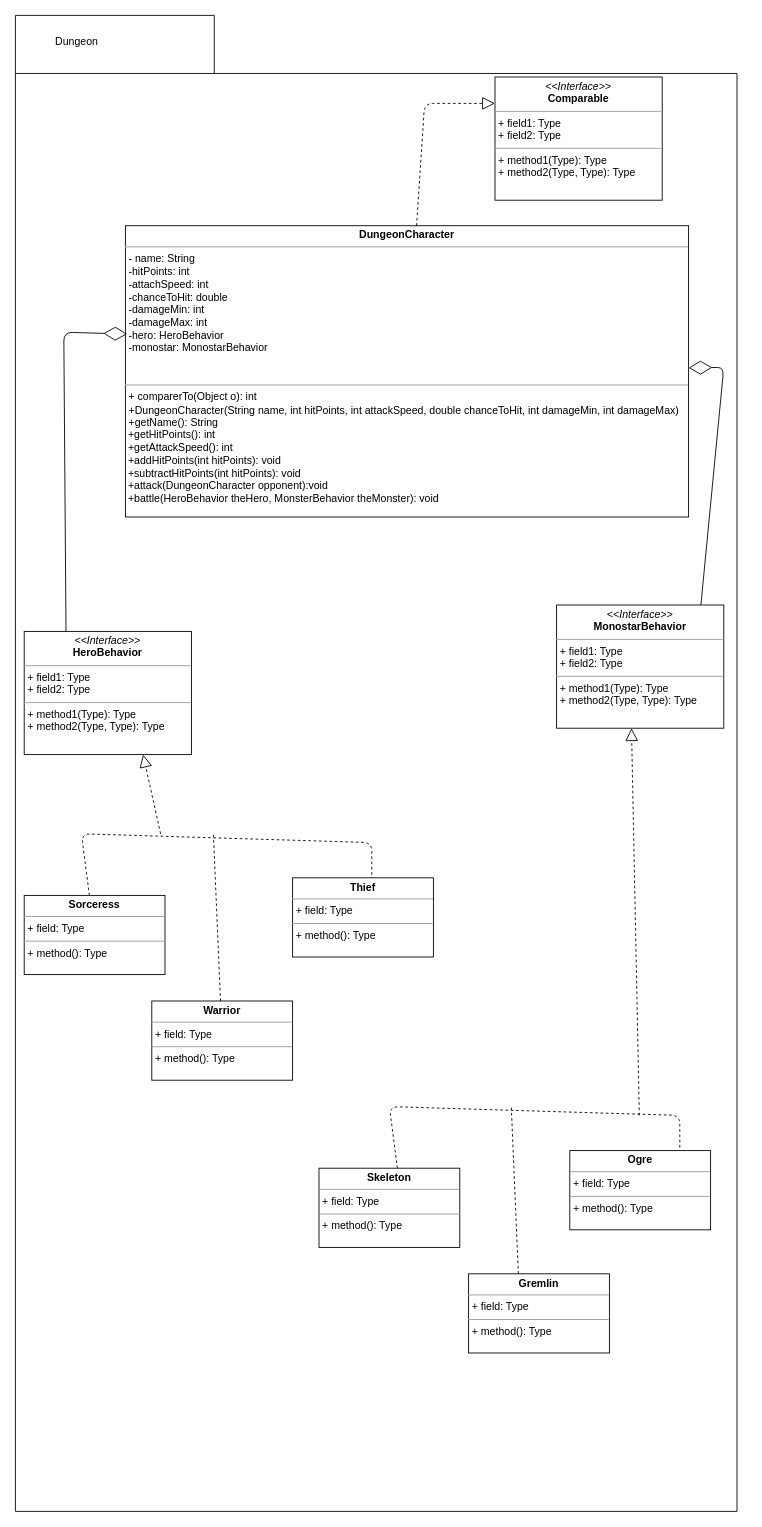
The draw.io diagram dungeon.drawio in mdkashem/cscd349_refactoring-, before the edit. Source tidied: cells renumbered, new cells numbered last; positions are measured from the earlier drawing's top-left corner, leaving out a move shared by most shapes. Both pictures are drawn from the tidied source at 88%, with x=0, y=0 at pixel (15, 15).
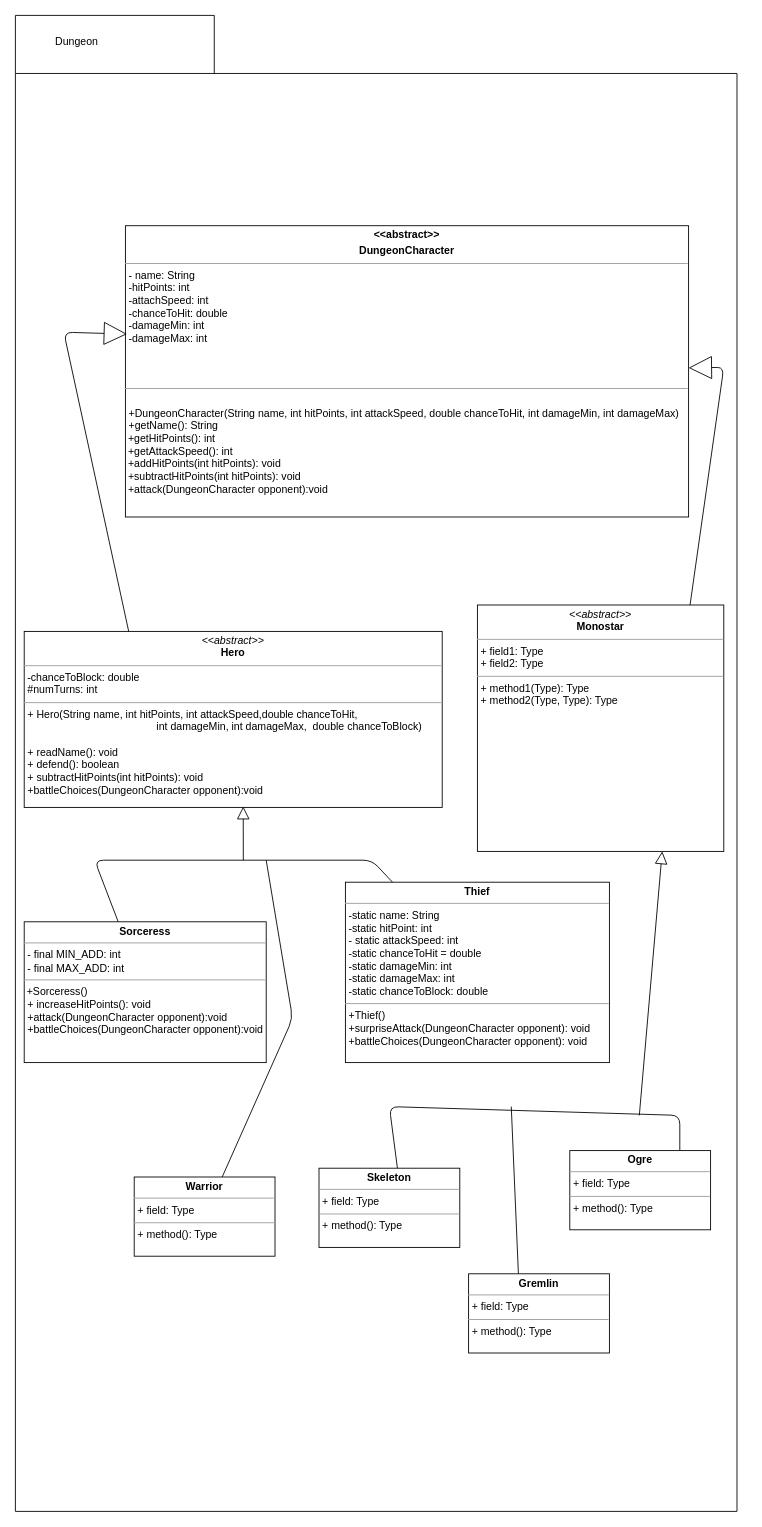
After the change.

The edit, as a diff of the source:
```diff
@@
-    <mxCell id="3" value="&lt;p style=&quot;margin: 0px ; margin-top: 4px ; text-align: center&quot;&gt;&lt;b&gt;DungeonCharacter&lt;/b&gt;&lt;br&gt;&lt;/p&gt;&lt;hr size=&quot;1&quot;&gt;&lt;p style=&quot;margin: 0px ; margin-left: 4px&quot;&gt;- name: String&lt;/p&gt;&lt;p style=&quot;margin: 0px ; margin-left: 4px&quot;&gt;-hitPoints: int&lt;/p&gt;&lt;p style=&quot;margin: 0px ; margin-left: 4px&quot;&gt;-attachSpeed: int&lt;/p&gt;&lt;p style=&quot;margin: 0px ; margin-left: 4px&quot;&gt;-chanceToHit: double&lt;/p&gt;&lt;p style=&quot;margin: 0px ; margin-left: 4px&quot;&gt;-damageMin: int&lt;/p&gt;&lt;p style=&quot;margin: 0px ; margin-left: 4px&quot;&gt;-damageMax: int&lt;/p&gt;&lt;p style=&quot;margin: 0px ; margin-left: 4px&quot;&gt;-hero: HeroBehavior&lt;/p&gt;&lt;p style=&quot;margin: 0px ; margin-left: 4px&quot;&gt;-monostar: MonostarBehavior&lt;/p&gt;&lt;p style=&quot;margin: 0px ; margin-left: 4px&quot;&gt;&lt;br&gt;&lt;/p&gt;&lt;p style=&quot;margin: 0px ; margin-left: 4px&quot;&gt;&lt;br&gt;&lt;/p&gt;&lt;hr size=&quot;1&quot;&gt;&lt;p style=&quot;margin: 0px ; margin-left: 4px&quot;&gt;+ comparerTo(Object o): int&lt;/p&gt;&lt;p style=&quot;margin: 0px ; margin-left: 4px&quot;&gt;+&lt;span&gt;DungeonCharacter(String name, int hitPoints, int attackSpeed,&amp;nbsp;&lt;/span&gt;&lt;span&gt;double chanceToHit, int damageMin, int damageMax)&lt;/span&gt;&lt;/p&gt;&lt;p style=&quot;margin: 0px ; margin-left: 4px&quot;&gt;&lt;span&gt;+getName(): String&amp;nbsp;&lt;/span&gt;&lt;/p&gt;&amp;nbsp;+getHitPoints(): int&lt;br&gt;&amp;nbsp;+getAttackSpeed(): int&lt;br&gt;&amp;nbsp;+addHitPoints(int hitPoints): void&lt;br&gt;&amp;nbsp;+subtractHitPoints(int hitPoints): void&lt;br&gt;&amp;nbsp;+attack(DungeonCharacter opponent):void&lt;br&gt;&amp;nbsp;+battle(HeroBehavior theHero, MonsterBehavior theMonster): void&lt;br&gt;&amp;nbsp;" style="verticalAlign=top;align=left;overflow=fill;fontSize=12;fontFamily=Helvetica;html=1;" parent="1" vertex="1">
+    <mxCell id="3" value="&lt;p style=&quot;margin: 0px ; margin-top: 4px ; text-align: center&quot;&gt;&lt;b&gt;&amp;lt;&amp;lt;abstract&amp;gt;&amp;gt;&lt;/b&gt;&lt;/p&gt;&lt;p style=&quot;margin: 0px ; margin-top: 4px ; text-align: center&quot;&gt;&lt;b&gt;DungeonCharacter&lt;/b&gt;&lt;br&gt;&lt;/p&gt;&lt;hr size=&quot;1&quot;&gt;&lt;p style=&quot;margin: 0px ; margin-left: 4px&quot;&gt;- name: String&lt;/p&gt;&lt;p style=&quot;margin: 0px ; margin-left: 4px&quot;&gt;-hitPoints: int&lt;/p&gt;&lt;p style=&quot;margin: 0px ; margin-left: 4px&quot;&gt;-attachSpeed: int&lt;/p&gt;&lt;p style=&quot;margin: 0px ; margin-left: 4px&quot;&gt;-chanceToHit: double&lt;/p&gt;&lt;p style=&quot;margin: 0px ; margin-left: 4px&quot;&gt;-damageMin: int&lt;/p&gt;&lt;p style=&quot;margin: 0px ; margin-left: 4px&quot;&gt;-damageMax: int&lt;/p&gt;&lt;p style=&quot;margin: 0px ; margin-left: 4px&quot;&gt;&lt;br&gt;&lt;/p&gt;&lt;p style=&quot;margin: 0px ; margin-left: 4px&quot;&gt;&lt;br&gt;&lt;/p&gt;&lt;p style=&quot;margin: 0px ; margin-left: 4px&quot;&gt;&lt;br&gt;&lt;/p&gt;&lt;hr size=&quot;1&quot;&gt;&lt;p style=&quot;margin: 0px ; margin-left: 4px&quot;&gt;&lt;br&gt;&lt;/p&gt;&lt;p style=&quot;margin: 0px ; margin-left: 4px&quot;&gt;+&lt;span&gt;DungeonCharacter(String name, int hitPoints, int attackSpeed,&amp;nbsp;&lt;/span&gt;&lt;span&gt;double chanceToHit, int damageMin, int damageMax)&lt;/span&gt;&lt;/p&gt;&lt;p style=&quot;margin: 0px ; margin-left: 4px&quot;&gt;&lt;span&gt;+getName(): String&amp;nbsp;&lt;/span&gt;&lt;/p&gt;&amp;nbsp;+getHitPoints(): int&lt;br&gt;&amp;nbsp;+getAttackSpeed(): int&lt;br&gt;&amp;nbsp;+addHitPoints(int hitPoints): void&lt;br&gt;&amp;nbsp;+subtractHitPoints(int hitPoints): void&lt;br&gt;&amp;nbsp;+attack(DungeonCharacter opponent):void&lt;br&gt;&amp;nbsp;&lt;br&gt;&amp;nbsp;" style="verticalAlign=top;align=left;overflow=fill;fontSize=12;fontFamily=Helvetica;html=1;" parent="1" vertex="1">
       <mxGeometry x="125" y="239" width="640" height="331" as="geometry" />
     </mxCell>
@@
-    <mxCell id="5" value="&lt;p style=&quot;margin: 0px ; margin-top: 4px ; text-align: center&quot;&gt;&lt;i&gt;&amp;lt;&amp;lt;Interface&amp;gt;&amp;gt;&lt;/i&gt;&lt;br&gt;&lt;b&gt;HeroBehavior&lt;/b&gt;&lt;/p&gt;&lt;hr size=&quot;1&quot;&gt;&lt;p style=&quot;margin: 0px ; margin-left: 4px&quot;&gt;+ field1: Type&lt;br&gt;+ field2: Type&lt;/p&gt;&lt;hr size=&quot;1&quot;&gt;&lt;p style=&quot;margin: 0px ; margin-left: 4px&quot;&gt;+ method1(Type): Type&lt;br&gt;+ method2(Type, Type): Type&lt;/p&gt;" style="verticalAlign=top;align=left;overflow=fill;fontSize=12;fontFamily=Helvetica;html=1;" parent="1" vertex="1">
-      <mxGeometry x="10" y="700" width="190" height="140" as="geometry" />
+    <mxCell id="5" value="&lt;p style=&quot;margin: 0px ; margin-top: 4px ; text-align: center&quot;&gt;&lt;i&gt;&amp;lt;&amp;lt;abstract&amp;gt;&amp;gt;&lt;/i&gt;&lt;br&gt;&lt;b&gt;Hero&lt;/b&gt;&lt;/p&gt;&lt;hr size=&quot;1&quot;&gt;&lt;p style=&quot;margin: 0px ; margin-left: 4px&quot;&gt;-chanceToBlock: double&amp;nbsp;&lt;br&gt;#numTurns: int&lt;/p&gt;&lt;hr size=&quot;1&quot;&gt;&lt;p style=&quot;margin: 0px ; margin-left: 4px&quot;&gt;+&amp;nbsp;&lt;span&gt;Hero(String name, int hitPoints, int attackSpeed,&lt;/span&gt;&lt;span&gt;double chanceToHit,&amp;nbsp;&lt;/span&gt;&lt;/p&gt;&lt;p style=&quot;margin: 0px ; margin-left: 4px&quot;&gt;&lt;span&gt;&amp;nbsp; &amp;nbsp; &amp;nbsp; &amp;nbsp; &amp;nbsp; &amp;nbsp; &amp;nbsp; &amp;nbsp; &amp;nbsp; &amp;nbsp; &amp;nbsp; &amp;nbsp; &amp;nbsp; &amp;nbsp; &amp;nbsp; &amp;nbsp; &amp;nbsp; &amp;nbsp; &amp;nbsp; &amp;nbsp; &amp;nbsp; &amp;nbsp; int damageMin, int damageMax,&amp;nbsp;&lt;/span&gt;&lt;span&gt;&amp;nbsp;double chanceToBlock)&lt;/span&gt;&lt;/p&gt;&lt;p style=&quot;margin: 0px ; margin-left: 4px&quot;&gt;&lt;br&gt;&lt;/p&gt;&lt;p style=&quot;margin: 0px ; margin-left: 4px&quot;&gt;+ readName(): void&lt;/p&gt;&lt;p style=&quot;margin: 0px ; margin-left: 4px&quot;&gt;+&amp;nbsp;defend(): boolean&lt;/p&gt;&lt;p style=&quot;margin: 0px ; margin-left: 4px&quot;&gt;+&amp;nbsp;subtractHitPoints(int hitPoints): void&lt;/p&gt;&lt;p style=&quot;margin: 0px ; margin-left: 4px&quot;&gt;+battleChoices(DungeonCharacter opponent):void&lt;/p&gt;" style="verticalAlign=top;align=left;overflow=fill;fontSize=12;fontFamily=Helvetica;html=1;" parent="1" vertex="1">
+      <mxGeometry x="10" y="700" width="475" height="200" as="geometry" />
     </mxCell>
-    <mxCell id="6" value="&lt;p style=&quot;margin: 0px ; margin-top: 4px ; text-align: center&quot;&gt;&lt;i&gt;&amp;lt;&amp;lt;Interface&amp;gt;&amp;gt;&lt;/i&gt;&lt;br&gt;&lt;b&gt;MonostarBehavior&lt;/b&gt;&lt;/p&gt;&lt;hr size=&quot;1&quot;&gt;&lt;p style=&quot;margin: 0px ; margin-left: 4px&quot;&gt;+ field1: Type&lt;br&gt;+ field2: Type&lt;/p&gt;&lt;hr size=&quot;1&quot;&gt;&lt;p style=&quot;margin: 0px ; margin-left: 4px&quot;&gt;+ method1(Type): Type&lt;br&gt;+ method2(Type, Type): Type&lt;/p&gt;" style="verticalAlign=top;align=left;overflow=fill;fontSize=12;fontFamily=Helvetica;html=1;" parent="1" vertex="1">
-      <mxGeometry x="615" y="670" width="190" height="140" as="geometry" />
+    <mxCell id="6" value="&lt;p style=&quot;margin: 0px ; margin-top: 4px ; text-align: center&quot;&gt;&lt;i&gt;&amp;lt;&amp;lt;abstract&amp;gt;&amp;gt;&lt;/i&gt;&lt;br&gt;&lt;b&gt;Monostar&lt;/b&gt;&lt;/p&gt;&lt;hr size=&quot;1&quot;&gt;&lt;p style=&quot;margin: 0px ; margin-left: 4px&quot;&gt;+ field1: Type&lt;br&gt;+ field2: Type&lt;/p&gt;&lt;hr size=&quot;1&quot;&gt;&lt;p style=&quot;margin: 0px ; margin-left: 4px&quot;&gt;+ method1(Type): Type&lt;br&gt;+ method2(Type, Type): Type&lt;/p&gt;" style="verticalAlign=top;align=left;overflow=fill;fontSize=12;fontFamily=Helvetica;html=1;" parent="1" vertex="1">
+      <mxGeometry x="525" y="670" width="280" height="280" as="geometry" />
     </mxCell>
-    <mxCell id="7" value="&lt;p style=&quot;margin: 0px ; margin-top: 4px ; text-align: center&quot;&gt;&lt;i&gt;&amp;lt;&amp;lt;Interface&amp;gt;&amp;gt;&lt;/i&gt;&lt;br&gt;&lt;b&gt;Comparable&lt;/b&gt;&lt;/p&gt;&lt;hr size=&quot;1&quot;&gt;&lt;p style=&quot;margin: 0px ; margin-left: 4px&quot;&gt;+ field1: Type&lt;br&gt;+ field2: Type&lt;/p&gt;&lt;hr size=&quot;1&quot;&gt;&lt;p style=&quot;margin: 0px ; margin-left: 4px&quot;&gt;+ method1(Type): Type&lt;br&gt;+ method2(Type, Type): Type&lt;/p&gt;" style="verticalAlign=top;align=left;overflow=fill;fontSize=12;fontFamily=Helvetica;html=1;" parent="1" vertex="1">
-      <mxGeometry x="545" y="70" width="190" height="140" as="geometry" />
-    </mxCell>
-    <mxCell id="8" style="endArrow=diamondThin;endFill=0;endSize=24;html=1;exitX=0.25;exitY=0;exitDx=0;exitDy=0;entryX=0.003;entryY=0.372;entryDx=0;entryDy=0;entryPerimeter=0;" parent="1" edge="1" source="5" target="3">
+    <mxCell id="8" style="endArrow=block;endFill=0;endSize=24;html=1;exitX=0.25;exitY=0;exitDx=0;exitDy=0;entryX=0.003;entryY=0.372;entryDx=0;entryDy=0;entryPerimeter=0;" parent="1" edge="1" source="5" target="3">
       <mxGeometry relative="1" as="geometry">
         <Array as="points">
           <mxPoint x="55" y="360" />
         </Array>
       </mxGeometry>
     </mxCell>
-    <mxCell id="9" style="endArrow=diamondThin;endFill=0;endSize=24;html=1;exitX=0.863;exitY=0;exitDx=0;exitDy=0;exitPerimeter=0;" parent="1" edge="1" source="6" target="3">
+    <mxCell id="9" style="endArrow=block;endFill=0;endSize=24;html=1;exitX=0.863;exitY=0;exitDx=0;exitDy=0;exitPerimeter=0;" parent="1" edge="1" source="6" target="3">
       <mxGeometry relative="1" as="geometry">
         <Array as="points">
           <mxPoint x="805" y="400" />
         </Array>
       </mxGeometry>
     </mxCell>
-    <mxCell id="10" style="endArrow=block;dashed=1;endFill=0;endSize=12;html=1;" parent="1" edge="1" source="3">
-      <mxGeometry relative="1" as="geometry">
-        <mxPoint x="545" y="100" as="targetPoint" />
-        <Array as="points">
-          <mxPoint x="465" y="100" />
-        </Array>
-      </mxGeometry>
-    </mxCell>
-    <mxCell id="11" value="&lt;p style=&quot;margin: 0px ; margin-top: 4px ; text-align: center&quot;&gt;&lt;b&gt;Sorceress&lt;/b&gt;&lt;br&gt;&lt;/p&gt;&lt;hr size=&quot;1&quot;&gt;&lt;p style=&quot;margin: 0px ; margin-left: 4px&quot;&gt;+ field: Type&lt;/p&gt;&lt;hr size=&quot;1&quot;&gt;&lt;p style=&quot;margin: 0px ; margin-left: 4px&quot;&gt;+ method(): Type&lt;/p&gt;" style="verticalAlign=top;align=left;overflow=fill;fontSize=12;fontFamily=Helvetica;html=1;" parent="1" vertex="1">
-      <mxGeometry x="10" y="1000" width="160" height="90" as="geometry" />
+    <mxCell id="11" value="&lt;p style=&quot;margin: 0px ; margin-top: 4px ; text-align: center&quot;&gt;&lt;b&gt;Sorceress&lt;/b&gt;&lt;br&gt;&lt;/p&gt;&lt;hr size=&quot;1&quot;&gt;&lt;p style=&quot;margin: 0px ; margin-left: 4px&quot;&gt;- final MIN_ADD: int&lt;/p&gt;&lt;p style=&quot;margin: 0px ; margin-left: 4px&quot;&gt;- final MAX_ADD: int&lt;br&gt;&lt;/p&gt;&lt;hr size=&quot;1&quot;&gt;&amp;nbsp;+Sorceress()&lt;br&gt;&lt;p style=&quot;margin: 0px ; margin-left: 4px&quot;&gt;+ increaseHitPoints(): void&lt;/p&gt;&lt;p style=&quot;margin: 0px ; margin-left: 4px&quot;&gt;+attack(DungeonCharacter opponent):void&lt;/p&gt;&lt;p style=&quot;margin: 0px ; margin-left: 4px&quot;&gt;+battleChoices(DungeonCharacter opponent):void&lt;/p&gt;" style="verticalAlign=top;align=left;overflow=fill;fontSize=12;fontFamily=Helvetica;html=1;" parent="1" vertex="1">
+      <mxGeometry x="10" y="1030" width="275" height="160" as="geometry" />
     </mxCell>
     <mxCell id="12" value="&lt;p style=&quot;margin: 0px ; margin-top: 4px ; text-align: center&quot;&gt;&lt;b&gt;Warrior&lt;/b&gt;&lt;br&gt;&lt;/p&gt;&lt;hr size=&quot;1&quot;&gt;&lt;p style=&quot;margin: 0px ; margin-left: 4px&quot;&gt;+ field: Type&lt;/p&gt;&lt;hr size=&quot;1&quot;&gt;&lt;p style=&quot;margin: 0px ; margin-left: 4px&quot;&gt;+ method(): Type&lt;/p&gt;" style="verticalAlign=top;align=left;overflow=fill;fontSize=12;fontFamily=Helvetica;html=1;" parent="1" vertex="1">
-      <mxGeometry x="155" y="1120" width="160" height="90" as="geometry" />
+      <mxGeometry x="135" y="1320" width="160" height="90" as="geometry" />
     </mxCell>
-    <mxCell id="13" value="&lt;p style=&quot;margin: 0px ; margin-top: 4px ; text-align: center&quot;&gt;&lt;b&gt;Thief&lt;/b&gt;&lt;br&gt;&lt;/p&gt;&lt;hr size=&quot;1&quot;&gt;&lt;p style=&quot;margin: 0px ; margin-left: 4px&quot;&gt;+ field: Type&lt;/p&gt;&lt;hr size=&quot;1&quot;&gt;&lt;p style=&quot;margin: 0px ; margin-left: 4px&quot;&gt;+ method(): Type&lt;/p&gt;" style="verticalAlign=top;align=left;overflow=fill;fontSize=12;fontFamily=Helvetica;html=1;" parent="1" vertex="1">
-      <mxGeometry x="315" y="980" width="160" height="90" as="geometry" />
+    <mxCell id="13" value="&lt;p style=&quot;margin: 0px ; margin-top: 4px ; text-align: center&quot;&gt;&lt;b&gt;Thief&lt;/b&gt;&lt;br&gt;&lt;/p&gt;&lt;hr size=&quot;1&quot;&gt;&lt;p style=&quot;margin: 0px ; margin-left: 4px&quot;&gt;-static name: String&lt;/p&gt;&lt;p style=&quot;margin: 0px ; margin-left: 4px&quot;&gt;-static hitPoint: int&lt;/p&gt;&lt;p style=&quot;margin: 0px ; margin-left: 4px&quot;&gt;- static attackSpeed: int&lt;/p&gt;&lt;p style=&quot;margin: 0px ; margin-left: 4px&quot;&gt;-static chanceToHit = double&lt;/p&gt;&lt;p style=&quot;margin: 0px ; margin-left: 4px&quot;&gt;-static damageMin: int&lt;/p&gt;&lt;p style=&quot;margin: 0px ; margin-left: 4px&quot;&gt;-static damageMax: int&lt;/p&gt;&lt;p style=&quot;margin: 0px ; margin-left: 4px&quot;&gt;-static chanceToBlock: double&lt;/p&gt;&lt;hr size=&quot;1&quot;&gt;&lt;p style=&quot;margin: 0px ; margin-left: 4px&quot;&gt;+Thief()&lt;/p&gt;&lt;p style=&quot;margin: 0px ; margin-left: 4px&quot;&gt;+surpriseAttack(DungeonCharacter opponent): void&lt;/p&gt;&lt;p style=&quot;margin: 0px ; margin-left: 4px&quot;&gt;+battleChoices(DungeonCharacter opponent): void&lt;/p&gt;&lt;p style=&quot;margin: 0px ; margin-left: 4px&quot;&gt;&lt;br&gt;&lt;/p&gt;" style="verticalAlign=top;align=left;overflow=fill;fontSize=12;fontFamily=Helvetica;html=1;" parent="1" vertex="1">
+      <mxGeometry x="375" y="985" width="300" height="205" as="geometry" />
     </mxCell>
-    <mxCell id="14" style="endArrow=none;endSize=12;dashed=1;html=1;endFill=0;" parent="1" edge="1" source="11">
+    <mxCell id="14" style="endArrow=none;endSize=12;html=1;endFill=0;" parent="1" edge="1" source="11" target="13">
       <mxGeometry relative="1" as="geometry">
-        <mxPoint x="405" y="980" as="targetPoint" />
         <Array as="points">
-          <mxPoint x="75" y="930" />
-          <mxPoint x="405" y="940" />
+          <mxPoint x="90" y="960" />
+          <mxPoint x="405" y="960" />
         </Array>
       </mxGeometry>
     </mxCell>
-    <mxCell id="15" style="endArrow=none;endSize=12;dashed=1;html=1;endFill=0;" parent="1" edge="1" source="12">
+    <mxCell id="15" style="endArrow=none;endSize=12;html=1;endFill=0;" parent="1" edge="1" source="12">
       <mxGeometry relative="1" as="geometry">
-        <mxPoint x="225" y="930" as="targetPoint" />
+        <mxPoint x="285" y="960" as="targetPoint" />
+        <Array as="points">
+          <mxPoint x="315" y="1140" />
+        </Array>
       </mxGeometry>
     </mxCell>
-    <mxCell id="16" style="endArrow=block;endSize=12;dashed=1;html=1;endFill=0;entryX=0.711;entryY=1;entryDx=0;entryDy=0;entryPerimeter=0;" parent="1" edge="1" target="5">
+    <mxCell id="16" style="endArrow=block;endSize=12;html=1;endFill=0;entryX=0.524;entryY=0.995;entryDx=0;entryDy=0;entryPerimeter=0;" parent="1" edge="1" target="5">
       <mxGeometry relative="1" as="geometry">
-        <mxPoint x="165" y="930" as="sourcePoint" />
+        <mxPoint x="259" y="960" as="sourcePoint" />
       </mxGeometry>
     </mxCell>
-    <mxCell id="17" style="endArrow=block;endSize=12;dashed=1;html=1;endFill=0;entryX=0.711;entryY=1;entryDx=0;entryDy=0;entryPerimeter=0;" parent="1" edge="1">
+    <mxCell id="17" style="endArrow=block;endSize=12;html=1;endFill=0;entryX=0.75;entryY=1;entryDx=0;entryDy=0;" parent="1" edge="1" target="6">
       <mxGeometry relative="1" as="geometry">
         <mxPoint x="709" y="1250" as="sourcePoint" />
-        <mxPoint x="700.1" y="810" as="targetPoint" />
       </mxGeometry>
     </mxCell>
-    <mxCell id="18" style="endArrow=none;endSize=12;dashed=1;html=1;endFill=0;" parent="1" edge="1">
+    <mxCell id="18" style="endArrow=none;endSize=12;html=1;endFill=0;" parent="1" edge="1">
       <mxGeometry relative="1" as="geometry">
         <mxPoint x="434.1" y="1310" as="sourcePoint" />
         <mxPoint x="755" y="1290" as="targetPoint" />
         <Array as="points">
           <mxPoint x="425" y="1240" />
           <mxPoint x="755" y="1250" />
         </Array>
       </mxGeometry>
     </mxCell>
@@
-    <mxCell id="21" style="endArrow=none;endSize=12;dashed=1;html=1;endFill=0;" parent="1" edge="1">
+    <mxCell id="21" style="endArrow=none;endSize=12;html=1;endFill=0;" parent="1" edge="1">
       <mxGeometry relative="1" as="geometry">
         <mxPoint x="571.6" y="1430" as="sourcePoint" />
         <mxPoint x="563.5" y="1240" as="targetPoint" />
       </mxGeometry>
     </mxCell>
```
